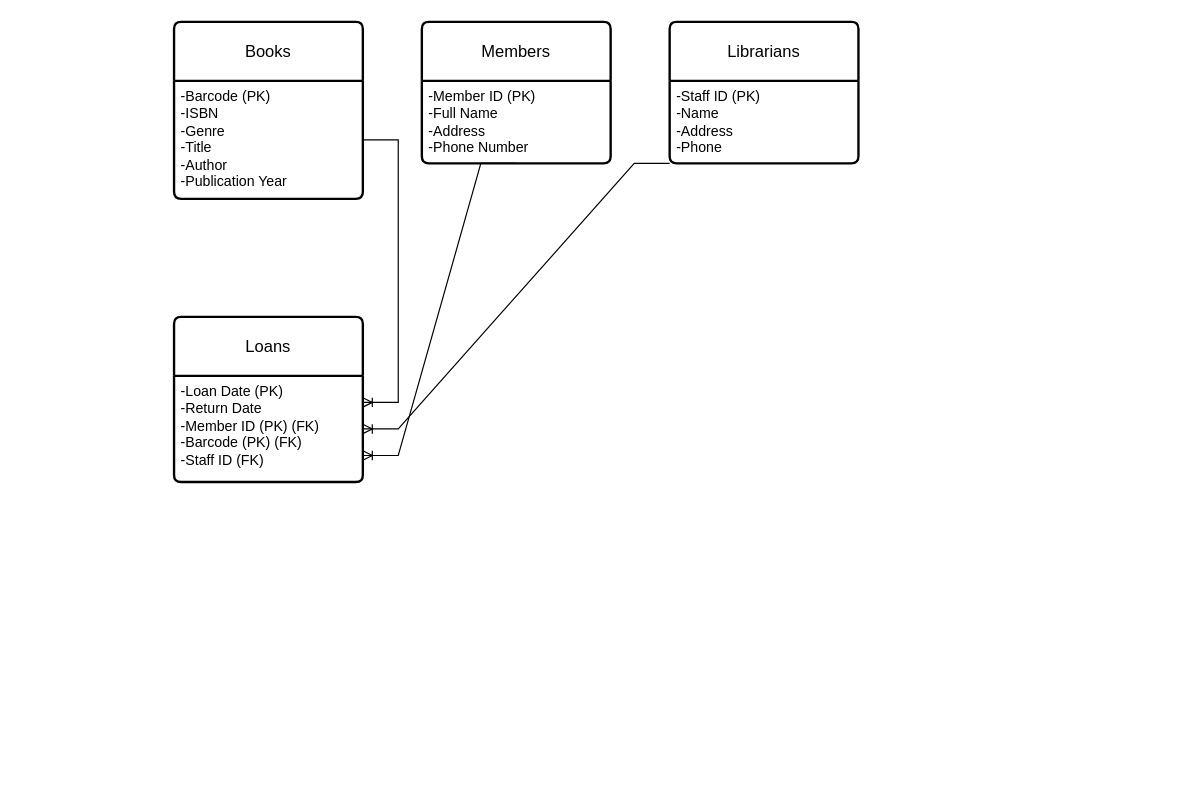
The draw.io diagram Library.drawio in SussySala/at1, before the edit. Source tidied: cells renumbered, new cells numbered last; positions are measured from the earlier drawing's top-left corner, leaving out a move shared by most shapes. Both pictures are drawn from the tidied source at 118%, with x=0, y=0 at pixel (173, 21).
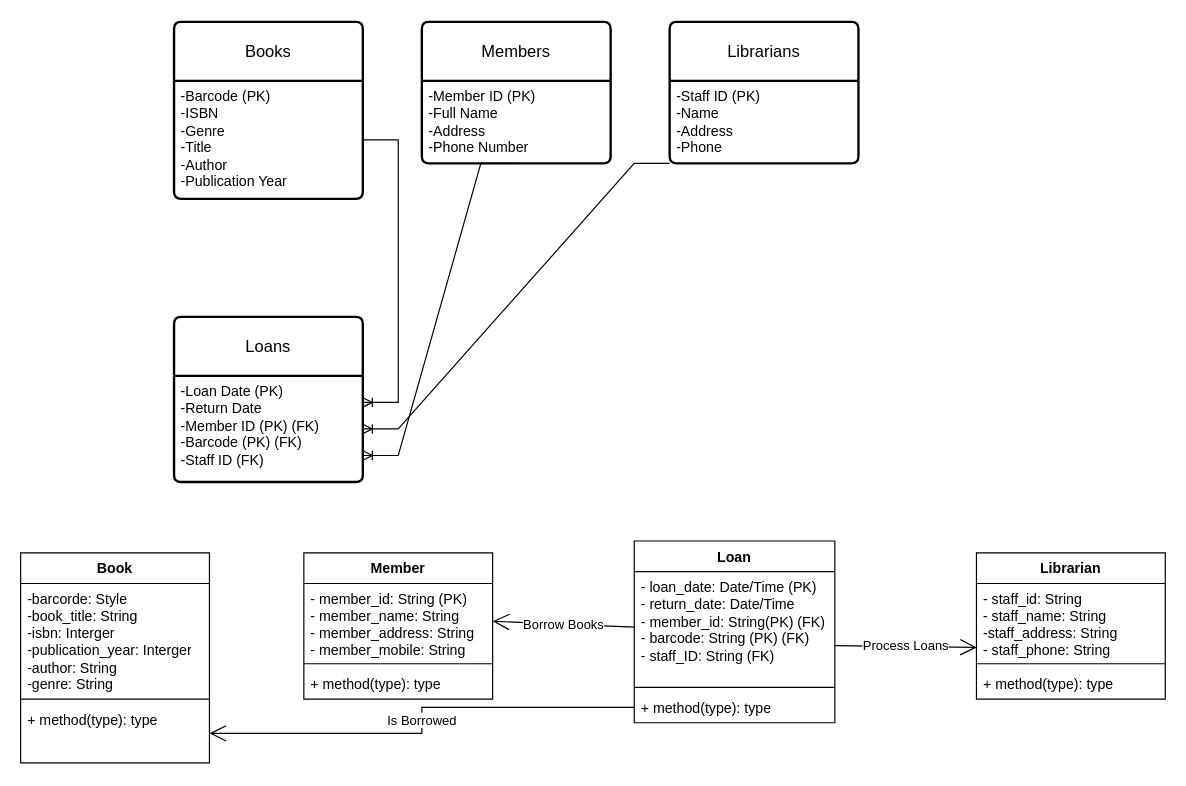
After the change.

Change to the diagram source:
```diff
@@
+    <mxCell id="13" value="Book" style="swimlane;fontStyle=1;align=center;verticalAlign=top;horizontal=1;startSize=26;whiteSpace=wrap;html=1;" parent="1" vertex="1">
+      <mxGeometry x="-130" y="450" width="160" height="178" as="geometry" />
+    </mxCell>
+    <mxCell id="14" value="-barcorde: Style&lt;div&gt;-book_title: String&lt;/div&gt;&lt;div&gt;-isbn: Interger&lt;/div&gt;&lt;div&gt;-publication_year: Interger&lt;/div&gt;&lt;div&gt;-author: String&lt;/div&gt;&lt;div&gt;-genre: String&lt;br&gt;&lt;div&gt;&lt;br&gt;&lt;/div&gt;&lt;/div&gt;" style="text;strokeColor=none;fillColor=none;align=left;verticalAlign=top;spacingLeft=4;spacingRight=4;overflow=hidden;whiteSpace=wrap;html=1;" parent="13" vertex="1">
+      <mxGeometry y="26" width="160" height="94" as="geometry" />
+    </mxCell>
+    <mxCell id="15" style="line;strokeWidth=1;fillColor=none;align=left;verticalAlign=middle;spacingTop=-1;spacingLeft=3;spacingRight=3;labelPosition=right;strokeColor=inherit;" parent="13" vertex="1">
+      <mxGeometry y="120" width="160" height="8" as="geometry" />
+    </mxCell>
+    <mxCell id="16" value="+ method(type): type" style="text;strokeColor=none;fillColor=none;align=left;verticalAlign=top;spacingLeft=4;spacingRight=4;overflow=hidden;points=[[0,0.5],[1,0.5]];portConstraint=eastwest;whiteSpace=wrap;html=1;" parent="13" vertex="1">
+      <mxGeometry y="128" width="160" height="50" as="geometry" />
+    </mxCell>
+    <mxCell id="17" value="Member" style="swimlane;fontStyle=1;align=center;verticalAlign=top;horizontal=1;startSize=26;whiteSpace=wrap;html=1;" parent="1" vertex="1">
+      <mxGeometry x="110" y="450" width="160" height="124" as="geometry" />
+    </mxCell>
+    <mxCell id="18" value="- member_id: String (PK)&lt;div&gt;- member_name: String&lt;/div&gt;&lt;div&gt;- member_address: String&lt;/div&gt;&lt;div&gt;- member_mobile: String&lt;/div&gt;" style="text;strokeColor=none;fillColor=none;align=left;verticalAlign=top;spacingLeft=4;spacingRight=4;overflow=hidden;points=[[0,0.5],[1,0.5]];portConstraint=eastwest;whiteSpace=wrap;html=1;" parent="17" vertex="1">
+      <mxGeometry y="26" width="160" height="64" as="geometry" />
+    </mxCell>
+    <mxCell id="19" style="line;strokeWidth=1;fillColor=none;align=left;verticalAlign=middle;spacingTop=-1;spacingLeft=3;spacingRight=3;labelPosition=right;strokeColor=inherit;" parent="17" vertex="1">
+      <mxGeometry y="90" width="160" height="8" as="geometry" />
+    </mxCell>
+    <mxCell id="20" value="+ method(type): type" style="text;strokeColor=none;fillColor=none;align=left;verticalAlign=top;spacingLeft=4;spacingRight=4;overflow=hidden;whiteSpace=wrap;html=1;" parent="17" vertex="1">
+      <mxGeometry y="98" width="160" height="26" as="geometry" />
+    </mxCell>
+    <mxCell id="21" value="Loan" style="swimlane;fontStyle=1;align=center;verticalAlign=top;horizontal=1;startSize=26;whiteSpace=wrap;html=1;" parent="1" vertex="1">
+      <mxGeometry x="390" y="440" width="170" height="154" as="geometry" />
+    </mxCell>
+    <mxCell id="22" value="- loan_date: Date/Time (PK)&lt;div&gt;- return_date: Date/Time&lt;/div&gt;&lt;div&gt;- member_id: String(PK) (FK)&lt;/div&gt;&lt;div&gt;- barcode: String (PK) (FK)&lt;/div&gt;&lt;div&gt;- staff_ID: String (FK)&lt;/div&gt;" style="text;strokeColor=none;fillColor=none;align=left;verticalAlign=top;spacingLeft=4;spacingRight=4;overflow=hidden;points=[[0,0.5],[1,0.5]];portConstraint=eastwest;whiteSpace=wrap;html=1;" parent="21" vertex="1">
+      <mxGeometry y="26" width="170" height="94" as="geometry" />
+    </mxCell>
+    <mxCell id="23" style="line;strokeWidth=1;fillColor=none;align=left;verticalAlign=middle;spacingTop=-1;spacingLeft=3;spacingRight=3;labelPosition=right;strokeColor=inherit;" parent="21" vertex="1">
+      <mxGeometry y="120" width="170" height="8" as="geometry" />
+    </mxCell>
+    <mxCell id="24" value="+ method(type): type" style="text;strokeColor=none;fillColor=none;align=left;verticalAlign=top;spacingLeft=4;spacingRight=4;overflow=hidden;points=[[0,0.5],[1,0.5]];portConstraint=eastwest;whiteSpace=wrap;html=1;" parent="21" vertex="1">
+      <mxGeometry y="128" width="170" height="26" as="geometry" />
+    </mxCell>
+    <mxCell id="25" value="Librarian" style="swimlane;fontStyle=1;align=center;verticalAlign=top;horizontal=1;startSize=26;whiteSpace=wrap;html=1;" parent="1" vertex="1">
+      <mxGeometry x="680" y="450" width="160" height="124" as="geometry" />
+    </mxCell>
+    <mxCell id="26" value="- staff_id: String&lt;div&gt;- staff_name: String&lt;/div&gt;&lt;div&gt;-staff_address: String&lt;/div&gt;&lt;div&gt;- staff_phone: String&lt;/div&gt;" style="text;strokeColor=none;fillColor=none;align=left;verticalAlign=top;spacingLeft=4;spacingRight=4;overflow=hidden;points=[[0,0.5],[1,0.5]];portConstraint=eastwest;whiteSpace=wrap;html=1;" parent="25" vertex="1">
+      <mxGeometry y="26" width="160" height="64" as="geometry" />
+    </mxCell>
+    <mxCell id="27" style="line;strokeWidth=1;fillColor=none;align=left;verticalAlign=middle;spacingTop=-1;spacingLeft=3;spacingRight=3;labelPosition=right;strokeColor=inherit;" parent="25" vertex="1">
+      <mxGeometry y="90" width="160" height="8" as="geometry" />
+    </mxCell>
+    <mxCell id="28" value="+ method(type): type" style="text;strokeColor=none;fillColor=none;align=left;verticalAlign=top;spacingLeft=4;spacingRight=4;overflow=hidden;whiteSpace=wrap;html=1;" parent="25" vertex="1">
+      <mxGeometry y="98" width="160" height="26" as="geometry" />
+    </mxCell>
+    <mxCell id="29" value="Borrow Books" style="endArrow=open;endFill=1;endSize=12;html=1;rounded=0;exitX=0;exitY=0.5;exitDx=0;exitDy=0;entryX=1;entryY=0.5;entryDx=0;entryDy=0;" parent="1" edge="1" source="22" target="18">
+      <mxGeometry relative="1" as="geometry" />
+    </mxCell>
+    <mxCell id="30" value="Is Borrowed" style="endArrow=open;endFill=1;endSize=12;html=1;rounded=0;exitX=0;exitY=0.5;exitDx=0;exitDy=0;entryX=1;entryY=0.5;entryDx=0;entryDy=0;edgeStyle=orthogonalEdgeStyle;" parent="1" edge="1" source="24" target="16">
+      <mxGeometry relative="1" as="geometry" />
+    </mxCell>
+    <mxCell id="31" value="Process Loans" style="endArrow=open;endFill=1;endSize=12;html=1;rounded=0;exitX=1.002;exitY=0.666;exitDx=0;exitDy=0;exitPerimeter=0;entryX=0.002;entryY=0.846;entryDx=0;entryDy=0;entryPerimeter=0;" parent="1" edge="1" source="22" target="26">
+      <mxGeometry relative="1" as="geometry" />
+    </mxCell>
```
